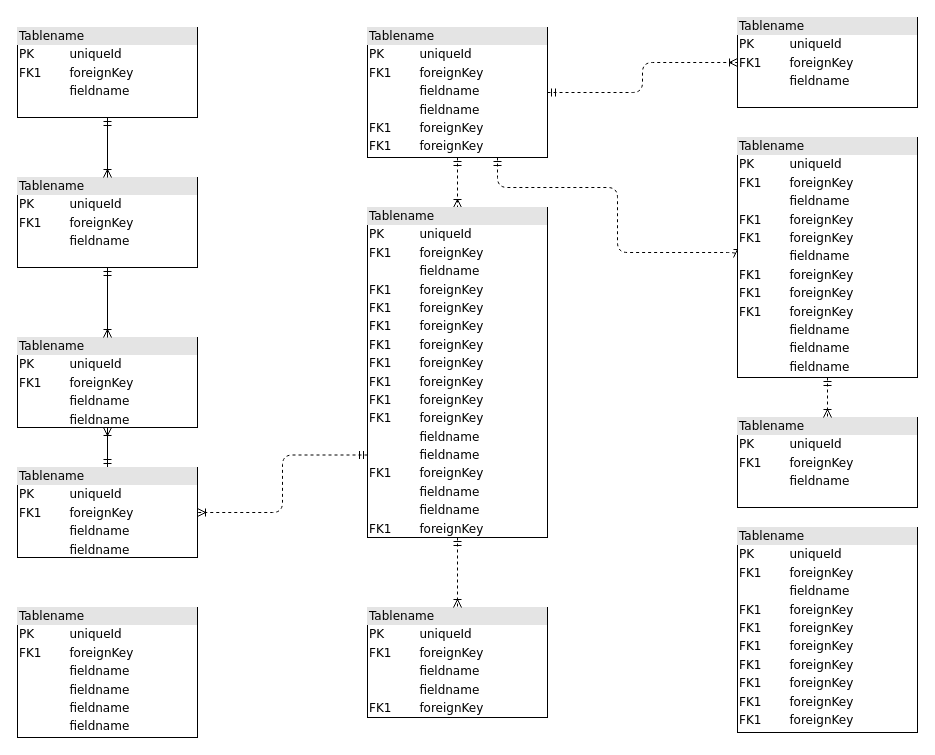
Galaxical/projecPractice keeps this draw.io diagram as Untitled Diagram.drawio. Above is the earlier version. Source tidied: cells renumbered, new cells numbered last; positions are measured from the earlier drawing's top-left corner, leaving out a move shared by most shapes. Both pictures are drawn from the tidied source at 100%, with x=0, y=0 at pixel (17, 17).
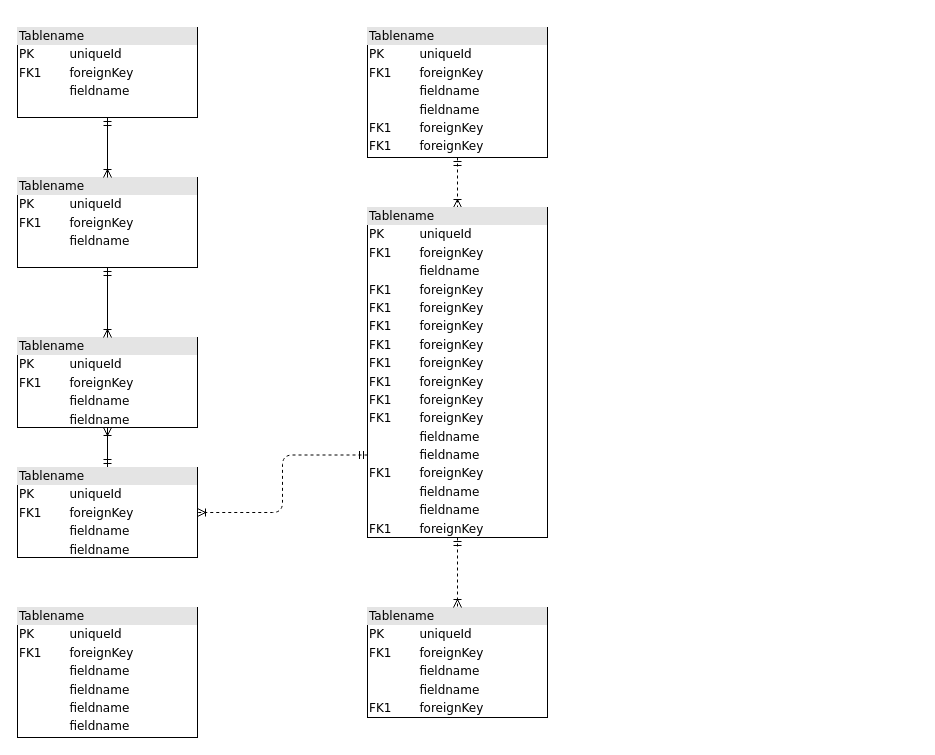
Above is the later version.

Unchanged cells that the change refers to:
```xml
<mxCell id="6" value="&lt;div style=&quot;box-sizing: border-box ; width: 100% ; background: #e4e4e4 ; padding: 2px&quot;&gt;Tablename&lt;/div&gt;&lt;table style=&quot;width: 100% ; font-size: 1em&quot; cellpadding=&quot;2&quot; cellspacing=&quot;0&quot;&gt;&lt;tbody&gt;&lt;tr&gt;&lt;td&gt;PK&lt;/td&gt;&lt;td&gt;uniqueId&lt;/td&gt;&lt;/tr&gt;&lt;tr&gt;&lt;td&gt;FK1&lt;/td&gt;&lt;td&gt;foreignKey&lt;/td&gt;&lt;/tr&gt;&lt;tr&gt;&lt;td&gt;&lt;/td&gt;&lt;td&gt;fieldname&lt;/td&gt;&lt;/tr&gt;&lt;tr&gt;&lt;td&gt;&lt;br&gt;&lt;/td&gt;&lt;td&gt;fieldname&lt;br&gt;&lt;/td&gt;&lt;/tr&gt;&lt;tr&gt;&lt;td&gt;FK1&lt;br&gt;&lt;/td&gt;&lt;td&gt;foreignKey&lt;br&gt;&lt;/td&gt;&lt;/tr&gt;&lt;tr&gt;&lt;td&gt;FK1&lt;br&gt;&lt;/td&gt;&lt;td&gt;foreignKey&lt;br&gt;&lt;/td&gt;&lt;/tr&gt;&lt;/tbody&gt;&lt;/table&gt;" style="verticalAlign=top;align=left;overflow=fill;html=1;rounded=0;shadow=0;comic=0;labelBackgroundColor=none;strokeWidth=1;fontFamily=Verdana;fontSize=12;" parent="1" vertex="1">
  <mxGeometry x="350" y="10" width="180" height="130" as="geometry" />
</mxCell>
```

What changed in the source:
```diff
@@
-    <mxCell id="4" style="edgeStyle=orthogonalEdgeStyle;html=1;dashed=1;labelBackgroundColor=none;startArrow=ERmandOne;endArrow=ERoneToMany;fontFamily=Verdana;fontSize=12;align=left;entryX=0;entryY=0.5;" parent="1" edge="1" source="6" target="19">
-      <mxGeometry relative="1" as="geometry">
-        <Array as="points">
-          <mxPoint x="480" y="170" />
-          <mxPoint x="600" y="170" />
-          <mxPoint x="600" y="235" />
-        </Array>
-      </mxGeometry>
-    </mxCell>
-    <mxCell id="5" style="edgeStyle=orthogonalEdgeStyle;html=1;dashed=1;labelBackgroundColor=none;startArrow=ERmandOne;endArrow=ERoneToMany;fontFamily=Verdana;fontSize=12;align=left;" parent="1" edge="1" source="6" target="20">
-      <mxGeometry relative="1" as="geometry" />
-    </mxCell>
@@
-    <mxCell id="13" value="&lt;div style=&quot;box-sizing: border-box ; width: 100% ; background: #e4e4e4 ; padding: 2px&quot;&gt;Tablename&lt;/div&gt;&lt;table style=&quot;width: 100% ; font-size: 1em&quot; cellpadding=&quot;2&quot; cellspacing=&quot;0&quot;&gt;&lt;tbody&gt;&lt;tr&gt;&lt;td&gt;PK&lt;/td&gt;&lt;td&gt;uniqueId&lt;/td&gt;&lt;/tr&gt;&lt;tr&gt;&lt;td&gt;FK1&lt;/td&gt;&lt;td&gt;foreignKey&lt;/td&gt;&lt;/tr&gt;&lt;tr&gt;&lt;td&gt;&lt;/td&gt;&lt;td&gt;fieldname&lt;/td&gt;&lt;/tr&gt;&lt;tr&gt;&lt;td&gt;FK1&lt;br&gt;&lt;/td&gt;&lt;td&gt;foreignKey&lt;br&gt;&lt;/td&gt;&lt;/tr&gt;&lt;tr&gt;&lt;td&gt;FK1&lt;br&gt;&lt;/td&gt;&lt;td&gt;foreignKey&lt;br&gt;&lt;/td&gt;&lt;/tr&gt;&lt;tr&gt;&lt;td&gt;FK1&lt;br&gt;&lt;/td&gt;&lt;td&gt;foreignKey&lt;br&gt;&lt;/td&gt;&lt;/tr&gt;&lt;tr&gt;&lt;td&gt;FK1&lt;br&gt;&lt;/td&gt;&lt;td&gt;foreignKey&lt;br&gt;&lt;/td&gt;&lt;/tr&gt;&lt;tr&gt;&lt;td&gt;FK1&lt;br&gt;&lt;/td&gt;&lt;td&gt;foreignKey&lt;br&gt;&lt;/td&gt;&lt;/tr&gt;&lt;tr&gt;&lt;td&gt;FK1&lt;br&gt;&lt;/td&gt;&lt;td&gt;foreignKey&lt;br&gt;&lt;/td&gt;&lt;/tr&gt;&lt;tr&gt;&lt;td&gt;FK1&lt;br&gt;&lt;/td&gt;&lt;td&gt;foreignKey&lt;br&gt;&lt;/td&gt;&lt;/tr&gt;&lt;/tbody&gt;&lt;/table&gt;" style="verticalAlign=top;align=left;overflow=fill;html=1;rounded=0;shadow=0;comic=0;labelBackgroundColor=none;strokeWidth=1;fontFamily=Verdana;fontSize=12;" parent="1" vertex="1">
-      <mxGeometry x="720" y="510" width="180" height="205" as="geometry" />
-    </mxCell>
@@
-    <mxCell id="17" value="&lt;div style=&quot;box-sizing:border-box;width:100%;background:#e4e4e4;padding:2px;&quot;&gt;Tablename&lt;/div&gt;&lt;table style=&quot;width:100%;font-size:1em;&quot; cellpadding=&quot;2&quot; cellspacing=&quot;0&quot;&gt;&lt;tr&gt;&lt;td&gt;PK&lt;/td&gt;&lt;td&gt;uniqueId&lt;/td&gt;&lt;/tr&gt;&lt;tr&gt;&lt;td&gt;FK1&lt;/td&gt;&lt;td&gt;foreignKey&lt;/td&gt;&lt;/tr&gt;&lt;tr&gt;&lt;td&gt;&lt;/td&gt;&lt;td&gt;fieldname&lt;/td&gt;&lt;/tr&gt;&lt;/table&gt;" style="verticalAlign=top;align=left;overflow=fill;html=1;rounded=0;shadow=0;comic=0;labelBackgroundColor=none;strokeWidth=1;fontFamily=Verdana;fontSize=12;" parent="1" vertex="1">
-      <mxGeometry x="720" y="400" width="180" height="90" as="geometry" />
-    </mxCell>
-    <mxCell id="18" style="edgeStyle=orthogonalEdgeStyle;html=1;entryX=0.5;entryY=0;dashed=1;labelBackgroundColor=none;startArrow=ERmandOne;endArrow=ERoneToMany;fontFamily=Verdana;fontSize=12;align=left;" parent="1" edge="1" source="19" target="17">
-      <mxGeometry relative="1" as="geometry" />
+    <mxCell id="18" style="edgeStyle=orthogonalEdgeStyle;html=1;entryX=0.5;entryY=0;dashed=1;labelBackgroundColor=none;startArrow=ERmandOne;endArrow=ERoneToMany;fontFamily=Verdana;fontSize=12;align=left;" parent="1" edge="1">
+      <mxGeometry relative="1" as="geometry">
+        <mxPoint x="674" y="360" as="sourcePoint" />
+      </mxGeometry>
     </mxCell>
-    <mxCell id="19" value="&lt;div style=&quot;box-sizing: border-box ; width: 100% ; background: #e4e4e4 ; padding: 2px&quot;&gt;Tablename&lt;/div&gt;&lt;table style=&quot;width: 100% ; font-size: 1em&quot; cellpadding=&quot;2&quot; cellspacing=&quot;0&quot;&gt;&lt;tbody&gt;&lt;tr&gt;&lt;td&gt;PK&lt;/td&gt;&lt;td&gt;uniqueId&lt;/td&gt;&lt;/tr&gt;&lt;tr&gt;&lt;td&gt;FK1&lt;/td&gt;&lt;td&gt;foreignKey&lt;/td&gt;&lt;/tr&gt;&lt;tr&gt;&lt;td&gt;&lt;/td&gt;&lt;td&gt;fieldname&lt;/td&gt;&lt;/tr&gt;&lt;tr&gt;&lt;td&gt;FK1&lt;br&gt;&lt;/td&gt;&lt;td&gt;foreignKey&lt;br&gt;&lt;/td&gt;&lt;/tr&gt;&lt;tr&gt;&lt;td&gt;FK1&lt;br&gt;&lt;/td&gt;&lt;td&gt;foreignKey&lt;br&gt;&lt;/td&gt;&lt;/tr&gt;&lt;tr&gt;&lt;td&gt;&lt;br&gt;&lt;/td&gt;&lt;td&gt;fieldname&lt;br&gt;&lt;/td&gt;&lt;/tr&gt;&lt;tr&gt;&lt;td&gt;FK1&lt;br&gt;&lt;/td&gt;&lt;td&gt;foreignKey&lt;br&gt;&lt;/td&gt;&lt;/tr&gt;&lt;tr&gt;&lt;td&gt;FK1&lt;br&gt;&lt;/td&gt;&lt;td&gt;foreignKey&lt;br&gt;&lt;/td&gt;&lt;/tr&gt;&lt;tr&gt;&lt;td&gt;FK1&lt;br&gt;&lt;/td&gt;&lt;td&gt;foreignKey&lt;br&gt;&lt;/td&gt;&lt;/tr&gt;&lt;tr&gt;&lt;td&gt;&lt;br&gt;&lt;/td&gt;&lt;td&gt;fieldname&lt;br&gt;&lt;/td&gt;&lt;/tr&gt;&lt;tr&gt;&lt;td&gt;&lt;br&gt;&lt;/td&gt;&lt;td&gt;fieldname&lt;br&gt;&lt;/td&gt;&lt;/tr&gt;&lt;tr&gt;&lt;td&gt;&lt;br&gt;&lt;/td&gt;&lt;td&gt;fieldname&lt;br&gt;&lt;/td&gt;&lt;/tr&gt;&lt;/tbody&gt;&lt;/table&gt;" style="verticalAlign=top;align=left;overflow=fill;html=1;rounded=0;shadow=0;comic=0;labelBackgroundColor=none;strokeWidth=1;fontFamily=Verdana;fontSize=12;" parent="1" vertex="1">
-      <mxGeometry x="720" y="120" width="180" height="240" as="geometry" />
-    </mxCell>
-    <mxCell id="20" value="&lt;div style=&quot;box-sizing:border-box;width:100%;background:#e4e4e4;padding:2px;&quot;&gt;Tablename&lt;/div&gt;&lt;table style=&quot;width:100%;font-size:1em;&quot; cellpadding=&quot;2&quot; cellspacing=&quot;0&quot;&gt;&lt;tr&gt;&lt;td&gt;PK&lt;/td&gt;&lt;td&gt;uniqueId&lt;/td&gt;&lt;/tr&gt;&lt;tr&gt;&lt;td&gt;FK1&lt;/td&gt;&lt;td&gt;foreignKey&lt;/td&gt;&lt;/tr&gt;&lt;tr&gt;&lt;td&gt;&lt;/td&gt;&lt;td&gt;fieldname&lt;/td&gt;&lt;/tr&gt;&lt;/table&gt;" style="verticalAlign=top;align=left;overflow=fill;html=1;rounded=0;shadow=0;comic=0;labelBackgroundColor=none;strokeWidth=1;fontFamily=Verdana;fontSize=12;" parent="1" vertex="1">
-      <mxGeometry x="720" width="180" height="90" as="geometry" />
-    </mxCell>
```
